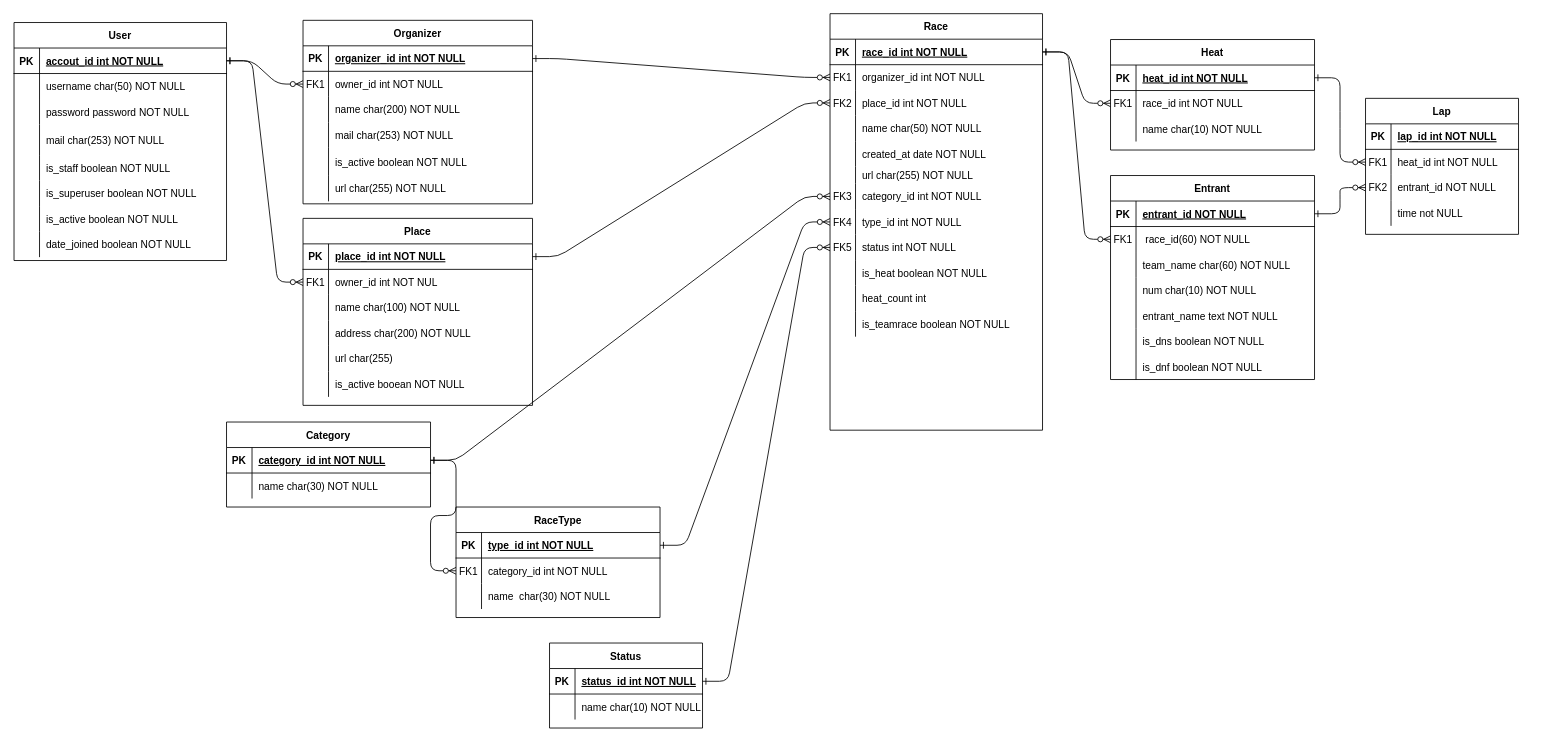
Above: ER-RelationMap.drawio in TSKGunGun/RaceNow (draw.io), before the change. Source tidied: cells renumbered, new cells numbered last; positions are measured from the earlier drawing's top-left corner, leaving out a move shared by most shapes. Both pictures are drawn from the tidied source at 85%, with x=0, y=0 at pixel (14, 14).
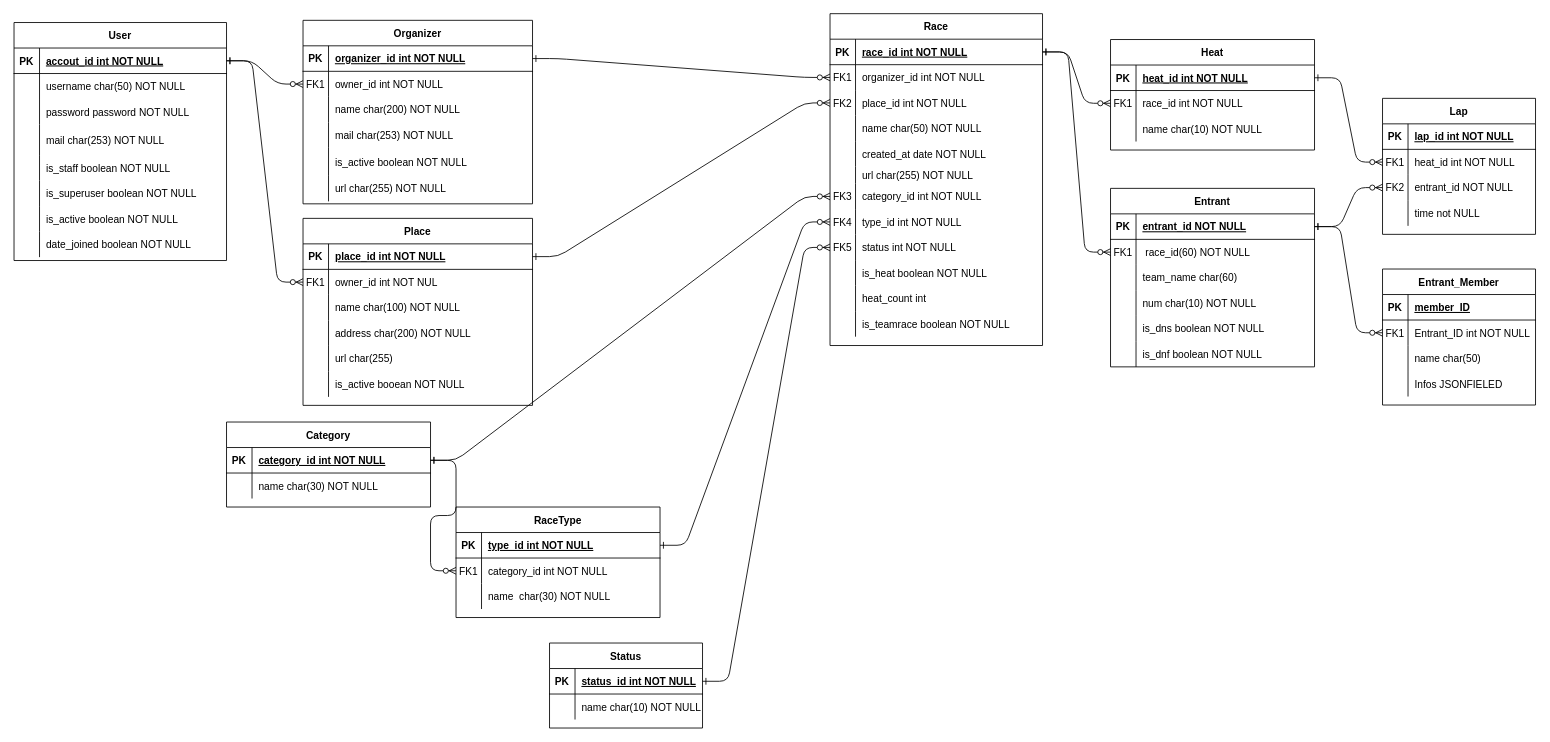
After the change.

Unchanged cells that the change refers to:
```xml
<mxCell id="135" style="shape=partialRectangle;fillColor=none;top=0;left=0;bottom=1;right=0;points=[[0,0.5],[1,0.5]];portConstraint=eastwest;" parent="134" vertex="1">
  <mxGeometry y="30" width="240" height="30" as="geometry" />
</mxCell>
<mxCell id="141" style="shape=partialRectangle;fillColor=none;top=0;left=0;bottom=0;right=0;" parent="134" vertex="1">
  <mxGeometry y="90" width="240" height="30" as="geometry" />
</mxCell>
```

Change to the diagram source:
```diff
@@
     <mxCell id="4" value="Race" style="shape=table;startSize=30;childLayout=tableLayout;rowLines=0;fontStyle=1;align=center;" parent="1" vertex="1">
-      <mxGeometry x="960" y="-0.4" width="250" height="490" as="geometry" />
+      <mxGeometry x="960" y="-0.4" width="250" height="390.4" as="geometry" />
     </mxCell>
@@
     <mxCell id="91" value="Lap" style="shape=table;startSize=30;childLayout=tableLayout;rowLines=0;fontStyle=1;align=center;" parent="1" vertex="1">
-      <mxGeometry x="1590" y="99.2" width="180" height="160" as="geometry" />
+      <mxGeometry x="1610" y="99.2" width="180" height="160" as="geometry" />
     </mxCell>
@@
     <mxCell id="134" value="Entrant" style="shape=table;startSize=30;childLayout=tableLayout;rowLines=0;fontStyle=1;align=center;" parent="1" vertex="1">
-      <mxGeometry x="1290" y="190" width="240" height="240" as="geometry" />
+      <mxGeometry x="1290" y="205.1" width="240" height="210" as="geometry" />
     </mxCell>
@@
-    <mxCell id="143" value="team_name char(60) NOT NULL" style="shape=partialRectangle;fillColor=none;top=0;left=0;bottom=0;right=0;align=left;spacingLeft=6;overflow=hidden;" parent="141" vertex="1">
+    <mxCell id="143" value="team_name char(60)" style="shape=partialRectangle;fillColor=none;top=0;left=0;bottom=0;right=0;align=left;spacingLeft=6;overflow=hidden;" parent="141" vertex="1">
       <mxGeometry x="30" width="210" height="30" as="geometry" />
     </mxCell>
@@
-    <mxCell id="147" style="shape=partialRectangle;fillColor=none;top=0;left=0;bottom=0;right=0;" parent="134" vertex="1">
-      <mxGeometry y="150" width="240" height="30" as="geometry" />
-    </mxCell>
-    <mxCell id="148" style="shape=partialRectangle;fillColor=none;top=0;left=0;bottom=0;right=0;overflow=hidden;" parent="147" vertex="1">
-      <mxGeometry width="30" height="30" as="geometry" />
-    </mxCell>
-    <mxCell id="149" value="entrant_name text NOT NULL" style="shape=partialRectangle;fillColor=none;top=0;left=0;bottom=0;right=0;align=left;spacingLeft=6;overflow=hidden;" parent="147" vertex="1">
-      <mxGeometry x="30" width="210" height="30" as="geometry" />
-    </mxCell>
     <mxCell id="150" style="shape=partialRectangle;fillColor=none;top=0;left=0;bottom=0;right=0;" parent="134" vertex="1">
-      <mxGeometry y="180" width="240" height="30" as="geometry" />
+      <mxGeometry y="150" width="240" height="30" as="geometry" />
     </mxCell>
@@
     <mxCell id="153" style="shape=partialRectangle;fillColor=none;top=0;left=0;bottom=0;right=0;" parent="134" vertex="1">
-      <mxGeometry y="210" width="240" height="30" as="geometry" />
+      <mxGeometry y="180" width="240" height="30" as="geometry" />
     </mxCell>
@@
+    <mxCell id="187" value="Entrant_Member" style="shape=table;startSize=30;childLayout=tableLayout;rowLines=0;fontStyle=1;align=center;" parent="1" vertex="1">
+      <mxGeometry x="1610" y="300" width="180" height="160" as="geometry" />
+    </mxCell>
+    <mxCell id="188" style="shape=partialRectangle;fillColor=none;top=0;left=0;bottom=1;right=0;" parent="187" vertex="1">
+      <mxGeometry y="30" width="180" height="30" as="geometry" />
+    </mxCell>
+    <mxCell id="189" value="PK" style="shape=partialRectangle;fillColor=none;top=0;left=0;bottom=0;right=0;fontStyle=1;overflow=hidden;" parent="188" vertex="1">
+      <mxGeometry width="30" height="30" as="geometry" />
+    </mxCell>
+    <mxCell id="190" value="member_ID" style="shape=partialRectangle;fillColor=none;top=0;left=0;bottom=0;right=0;align=left;spacingLeft=6;fontStyle=5;overflow=hidden;" parent="188" vertex="1">
+      <mxGeometry x="30" width="150" height="30" as="geometry" />
+    </mxCell>
+    <mxCell id="191" style="shape=partialRectangle;fillColor=none;top=0;left=0;bottom=0;right=0;points=[[0,0.5],[1,0.5]];portConstraint=eastwest;" parent="187" vertex="1">
+      <mxGeometry y="60" width="180" height="30" as="geometry" />
+    </mxCell>
+    <mxCell id="192" value="FK1" style="shape=partialRectangle;fillColor=none;top=0;left=0;bottom=0;right=0;overflow=hidden;" parent="191" vertex="1">
+      <mxGeometry width="30" height="30" as="geometry" />
+    </mxCell>
+    <mxCell id="193" value="Entrant_ID int NOT NULL" style="shape=partialRectangle;fillColor=none;top=0;left=0;bottom=0;right=0;align=left;spacingLeft=6;overflow=hidden;" parent="191" vertex="1">
+      <mxGeometry x="30" width="150" height="30" as="geometry" />
+    </mxCell>
+    <mxCell id="194" style="shape=partialRectangle;fillColor=none;top=0;left=0;bottom=0;right=0;" parent="187" vertex="1">
+      <mxGeometry y="90" width="180" height="30" as="geometry" />
+    </mxCell>
+    <mxCell id="195" style="shape=partialRectangle;fillColor=none;top=0;left=0;bottom=0;right=0;overflow=hidden;" parent="194" vertex="1">
+      <mxGeometry width="30" height="30" as="geometry" />
+    </mxCell>
+    <mxCell id="196" value="name char(50)" style="shape=partialRectangle;fillColor=none;top=0;left=0;bottom=0;right=0;align=left;spacingLeft=6;overflow=hidden;" parent="194" vertex="1">
+      <mxGeometry x="30" width="150" height="30" as="geometry" />
+    </mxCell>
+    <mxCell id="197" style="shape=partialRectangle;fillColor=none;top=0;left=0;bottom=0;right=0;" parent="187" vertex="1">
+      <mxGeometry y="120" width="180" height="30" as="geometry" />
+    </mxCell>
+    <mxCell id="198" style="shape=partialRectangle;fillColor=none;top=0;left=0;bottom=0;right=0;overflow=hidden;" parent="197" vertex="1">
+      <mxGeometry width="30" height="30" as="geometry" />
+    </mxCell>
+    <mxCell id="199" value="Infos JSONFIELED" style="shape=partialRectangle;fillColor=none;top=0;left=0;bottom=0;right=0;align=left;spacingLeft=6;overflow=hidden;" parent="197" vertex="1">
+      <mxGeometry x="30" width="150" height="30" as="geometry" />
+    </mxCell>
+    <mxCell id="200" style="edgeStyle=entityRelationEdgeStyle;endArrow=ERzeroToMany;startArrow=ERone;endFill=1;startFill=0;entryX=0;entryY=0.5;entryDx=0;entryDy=0;exitX=1;exitY=0.5;exitDx=0;exitDy=0;" parent="1" edge="1" source="135" target="191">
+      <mxGeometry relative="1" as="geometry" />
+    </mxCell>
```
